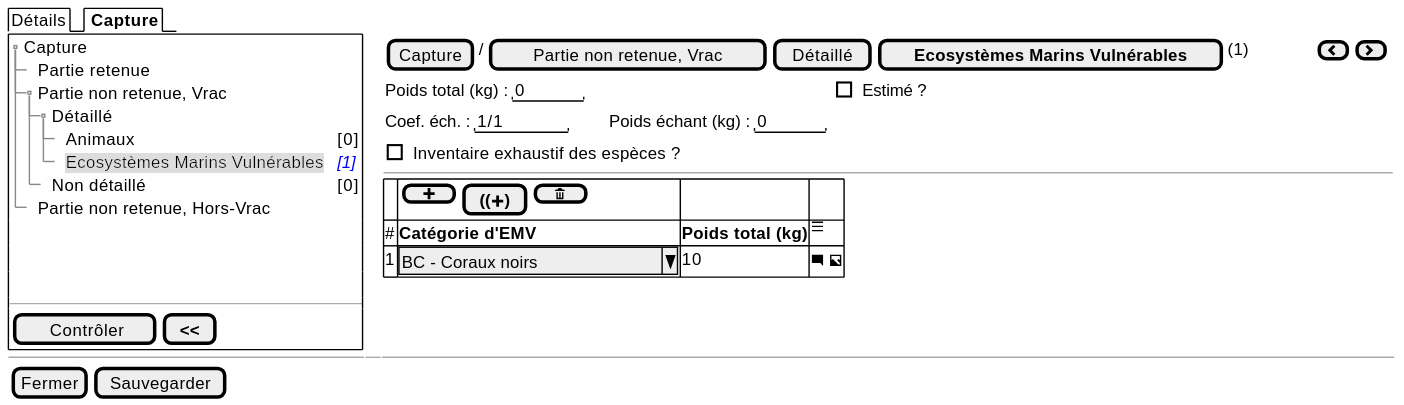
sumaris-net/sumaris-doc keeps this PlantUML diagram as projects/obsmer/spe/images/batch/batch-tree-PNR-VRAC-EMV.svg. Above is the earlier version. Its source is kept beside it as projects/obsmer/spe/images/batch/batch-tree-PNR-VRAC-EMV.puml.
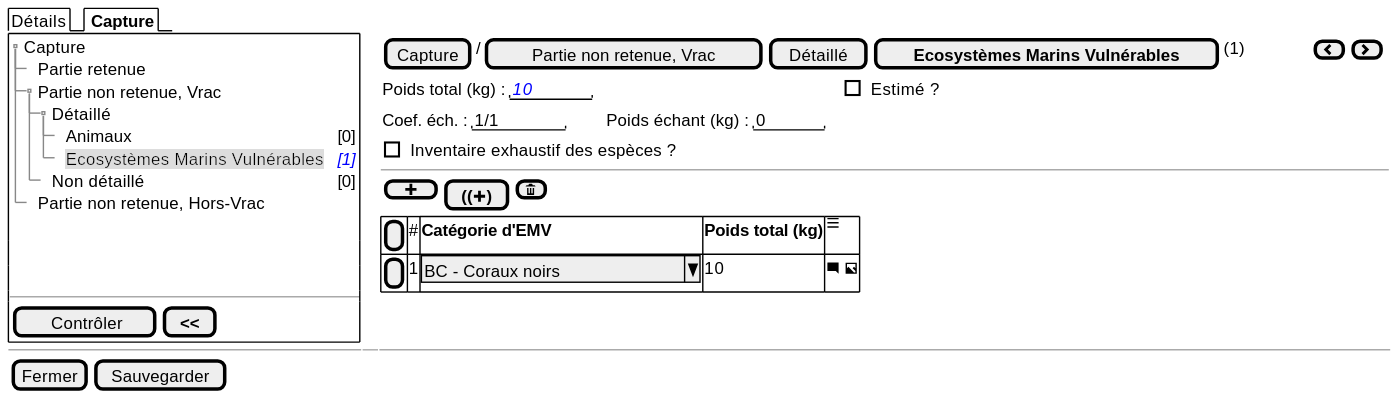
After the commit.

Change to the diagram source:
```diff
@@ -22,16 +22,16 @@
   } | . | {
     { [Capture] | / | [Partie non retenue, Vrac] | [Détaillé] | [<b>Ecosystèmes Marins Vulnérables] | (1) | . | . | . | . | . | . | . | . | . | { [<&chevron-left>] | [<&chevron-right>] } }
 
-    {Poids total (kg) : | "  0   " | . | . | . | . | . | . | . | . | . | . | . | . | . | . | . | . | . | . | . | . | . | . | . | . | . | . | . | . | . | . | . | . | . | . | . | [ ] Estimé ? }
+    {Poids total (kg) : | "  <i><color:blue>10   " | . | . | . | . | . | . | . | . | . | . | . | . | . | . | . | . | . | . | . | . | . | . | . | . | . | . | . | . | . | . | . | . | . | . | . | [ ] Estimé ? }
 
     {Coef. éch. : | " 1/1    " | . | . | . | . | . | Poids échant (kg) : | "  0   " | . | . |}
 
     { [ ] Inventaire exhaustif des espèces ? }
     ---
+    { [ <&plus> ] | [<b>((<&plus><b>)] | [<&trash>] }
     {#
-          . | {[ <&plus> ] | [<b>((<&plus><b>)] | [ <&trash> ] }  | . | .
-          # | <b>Catégorie d'EMV  | <b>Poids total (kg)     |   <&menu>
-          1 | ^BC - Coraux noirs      ^ |  10    | <&comment-square> <&image>
+          [ ] | # | <b>Catégorie d'EMV  | <b>Poids total (kg)     |   <&menu>
+          [ ] | 1 | ^BC - Coraux noirs      ^ |  10    | <&comment-square> <&image>
         }
   }
 
```
